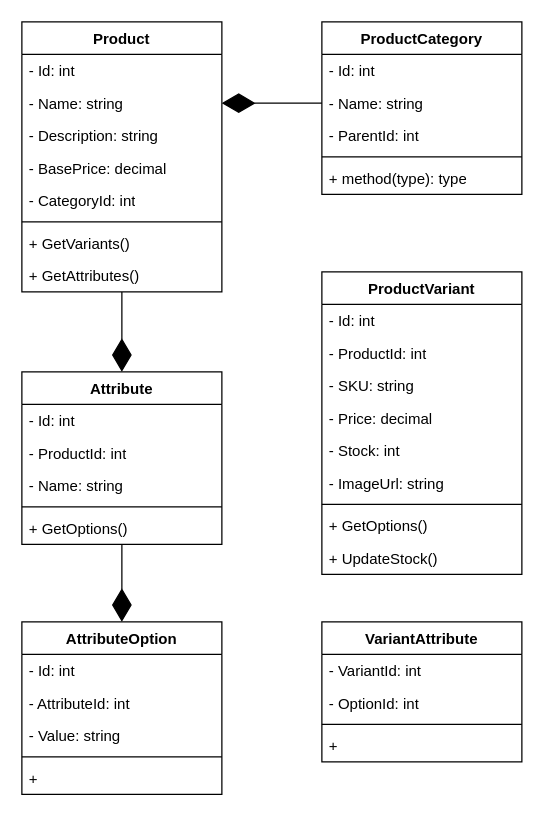
This is Ecommerce diagramm.drawio from Francisco-Galea/Diagramas-y-Otros, a draw.io file, before an edit. Source tidied: cells renumbered, new cells numbered last; positions are measured from the earlier drawing's top-left corner, leaving out a move shared by most shapes. Both pictures are drawn from the tidied source at 125%, with x=0, y=0 at pixel (21, 21).
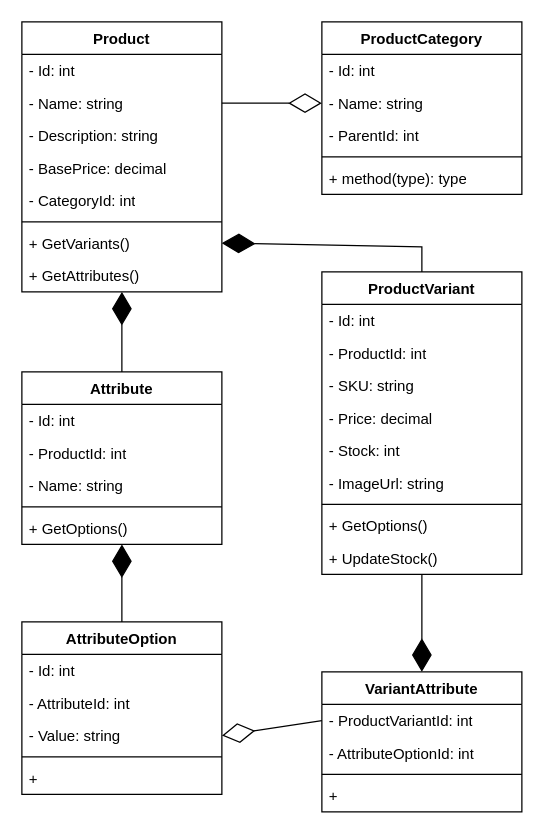
The same page after the edit.

The change refers to these unchanged cells:
```xml
<mxCell id="2" value="Product" style="swimlane;fontStyle=1;align=center;verticalAlign=top;horizontal=1;startSize=26;whiteSpace=wrap;html=1;" parent="1" vertex="1">
  <mxGeometry width="160" height="216" as="geometry" />
</mxCell>
<mxCell id="4" value="- Name: string" style="text;strokeColor=none;fillColor=none;align=left;verticalAlign=top;spacingLeft=4;spacingRight=4;overflow=hidden;points=[[0,0.5],[1,0.5]];portConstraint=eastwest;whiteSpace=wrap;html=1;" parent="2" vertex="1">
  <mxGeometry y="52" width="160" height="26" as="geometry" />
</mxCell>
<mxCell id="9" value="+ GetVariants()" style="text;strokeColor=none;fillColor=none;align=left;verticalAlign=top;spacingLeft=4;spacingRight=4;overflow=hidden;points=[[0,0.5],[1,0.5]];portConstraint=eastwest;whiteSpace=wrap;html=1;" parent="2" vertex="1">
  <mxGeometry y="164" width="160" height="26" as="geometry" />
</mxCell>
<mxCell id="13" value="- Name: string" style="text;strokeColor=none;fillColor=none;align=left;verticalAlign=top;spacingLeft=4;spacingRight=4;overflow=hidden;points=[[0,0.5],[1,0.5]];portConstraint=eastwest;whiteSpace=wrap;html=1;" parent="11" vertex="1">
  <mxGeometry y="52" width="160" height="26" as="geometry" />
</mxCell>
<mxCell id="17" value="Attribute" style="swimlane;fontStyle=1;align=center;verticalAlign=top;horizontal=1;startSize=26;whiteSpace=wrap;html=1;" parent="1" vertex="1">
  <mxGeometry y="280" width="160" height="138" as="geometry" />
</mxCell>
<mxCell id="23" value="AttributeOption" style="swimlane;fontStyle=1;align=center;verticalAlign=top;horizontal=1;startSize=26;whiteSpace=wrap;html=1;" parent="1" vertex="1">
  <mxGeometry y="480" width="160" height="138" as="geometry" />
</mxCell>
<mxCell id="26" value="- Value: string" style="text;strokeColor=none;fillColor=none;align=left;verticalAlign=top;spacingLeft=4;spacingRight=4;overflow=hidden;points=[[0,0.5],[1,0.5]];portConstraint=eastwest;whiteSpace=wrap;html=1;" parent="23" vertex="1">
  <mxGeometry y="78" width="160" height="26" as="geometry" />
</mxCell>
<mxCell id="29" value="ProductVariant" style="swimlane;fontStyle=1;align=center;verticalAlign=top;horizontal=1;startSize=26;whiteSpace=wrap;html=1;" parent="1" vertex="1">
  <mxGeometry x="240" y="200" width="160" height="242" as="geometry" />
</mxCell>
```

The edit, as a diff of the source:
```diff
@@
     <mxCell id="39" value="VariantAttribute" style="swimlane;fontStyle=1;align=center;verticalAlign=top;horizontal=1;startSize=26;whiteSpace=wrap;html=1;" parent="1" vertex="1">
-      <mxGeometry x="240" y="480" width="160" height="112" as="geometry" />
+      <mxGeometry x="240" y="520" width="160" height="112" as="geometry" />
     </mxCell>
-    <mxCell id="40" value="- VariantId: int" style="text;strokeColor=none;fillColor=none;align=left;verticalAlign=top;spacingLeft=4;spacingRight=4;overflow=hidden;points=[[0,0.5],[1,0.5]];portConstraint=eastwest;whiteSpace=wrap;html=1;" parent="39" vertex="1">
+    <mxCell id="40" value="- ProductVariantId: int" style="text;strokeColor=none;fillColor=none;align=left;verticalAlign=top;spacingLeft=4;spacingRight=4;overflow=hidden;points=[[0,0.5],[1,0.5]];portConstraint=eastwest;whiteSpace=wrap;html=1;" parent="39" vertex="1">
       <mxGeometry y="26" width="160" height="26" as="geometry" />
     </mxCell>
-    <mxCell id="41" value="- OptionId: int" style="text;strokeColor=none;fillColor=none;align=left;verticalAlign=top;spacingLeft=4;spacingRight=4;overflow=hidden;whiteSpace=wrap;html=1;" parent="39" vertex="1">
+    <mxCell id="41" value="- AttributeOptionId: int" style="text;strokeColor=none;fillColor=none;align=left;verticalAlign=top;spacingLeft=4;spacingRight=4;overflow=hidden;whiteSpace=wrap;html=1;" parent="39" vertex="1">
       <mxGeometry y="52" width="160" height="26" as="geometry" />
     </mxCell>
@@
-    <mxCell id="44" style="endArrow=diamondThin;endFill=1;endSize=24;html=1;rounded=0;entryX=1;entryY=0.5;entryDx=0;entryDy=0;exitX=0;exitY=0.5;exitDx=0;exitDy=0;" parent="1" edge="1" source="13" target="4">
-      <mxGeometry relative="1" as="geometry" />
-    </mxCell>
+    <mxCell id="46" style="endArrow=diamondThin;endFill=1;endSize=24;html=1;rounded=0;exitX=0.5;exitY=0;exitDx=0;exitDy=0;" parent="1" edge="1" source="23" target="17">
+      <mxGeometry relative="1" as="geometry" />
+    </mxCell>
-    <mxCell id="45" style="endArrow=diamondThin;endFill=1;endSize=24;html=1;rounded=0;entryX=0.5;entryY=0;entryDx=0;entryDy=0;" parent="1" edge="1" source="2" target="17">
-      <mxGeometry relative="1" as="geometry" />
+    <mxCell id="45" style="endArrow=diamondThin;endFill=1;endSize=24;html=1;rounded=0;entryX=1;entryY=0.5;entryDx=0;entryDy=0;exitX=0.5;exitY=0;exitDx=0;exitDy=0;" parent="1" edge="1" source="29" target="9">
+      <mxGeometry relative="1" as="geometry">
+        <Array as="points">
+          <mxPoint x="320" y="180" />
+        </Array>
+      </mxGeometry>
     </mxCell>
-    <mxCell id="46" style="endArrow=diamondThin;endFill=1;endSize=24;html=1;rounded=0;entryX=0.5;entryY=0;entryDx=0;entryDy=0;" parent="1" edge="1" source="17" target="23">
-      <mxGeometry relative="1" as="geometry" />
-    </mxCell>
+    <mxCell id="47" style="endArrow=diamondThin;endFill=1;endSize=24;html=1;rounded=0;exitX=0.5;exitY=0;exitDx=0;exitDy=0;" parent="1" edge="1" source="17" target="2">
+      <mxGeometry relative="1" as="geometry" />
+    </mxCell>
+    <mxCell id="48" style="endArrow=diamondThin;endFill=0;endSize=24;html=1;rounded=0;entryX=0;entryY=0.5;entryDx=0;entryDy=0;exitX=1;exitY=0.5;exitDx=0;exitDy=0;" parent="1" edge="1" source="4" target="13">
+      <mxGeometry relative="1" as="geometry" />
+    </mxCell>
+    <mxCell id="49" style="endArrow=diamondThin;endFill=1;endSize=24;html=1;rounded=0;entryX=0.5;entryY=0;entryDx=0;entryDy=0;" parent="1" edge="1" source="29" target="39">
+      <mxGeometry relative="1" as="geometry" />
+    </mxCell>
+    <mxCell id="50" style="endArrow=diamondThin;endFill=0;endSize=24;html=1;rounded=0;entryX=1;entryY=0.5;entryDx=0;entryDy=0;exitX=0;exitY=0.5;exitDx=0;exitDy=0;" parent="1" edge="1" source="40" target="26">
+      <mxGeometry relative="1" as="geometry" />
+    </mxCell>
```
